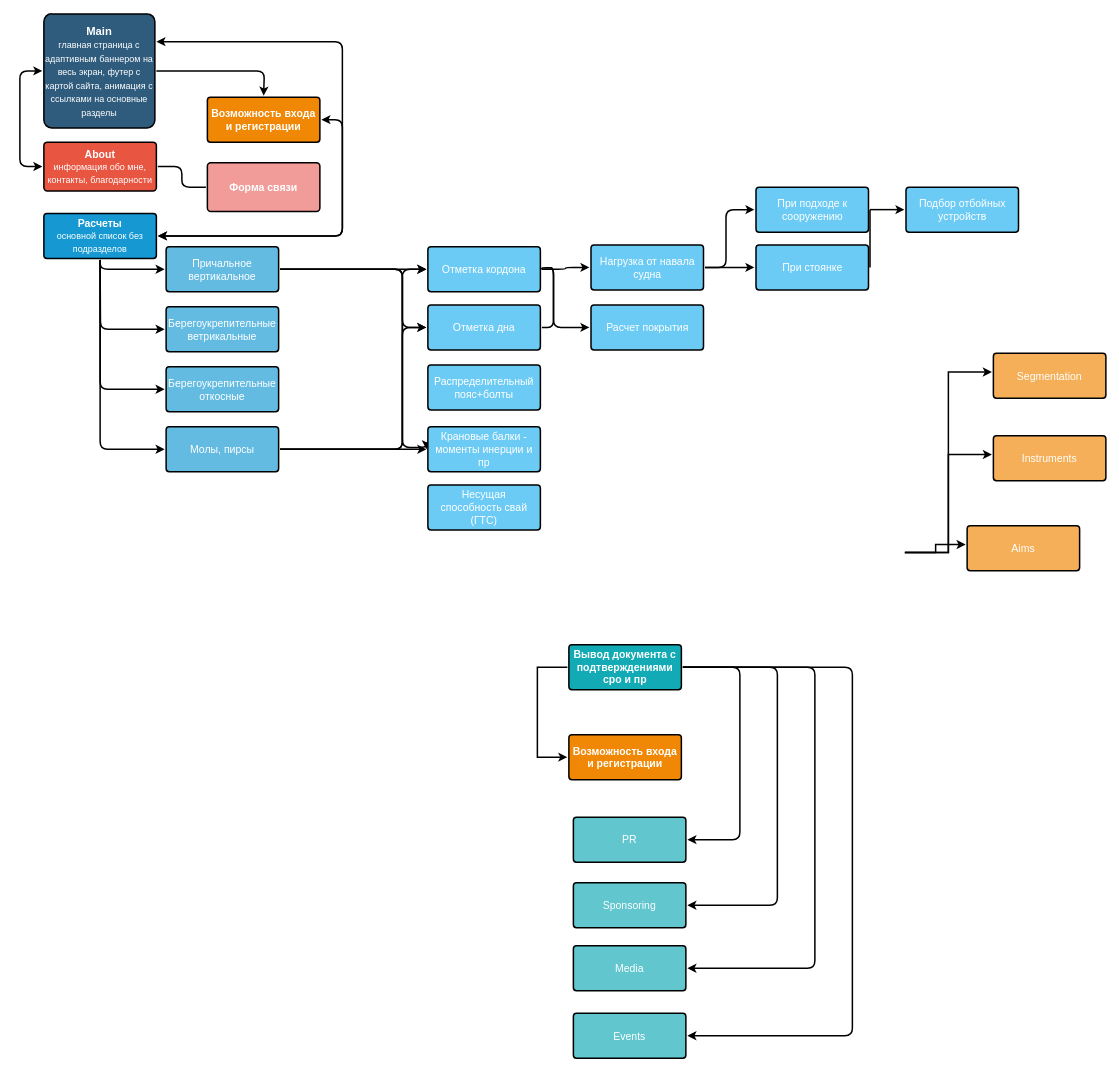
Before: Untitled Diagram.drawio in plasticWorld/The_Rose_Curve, a draw.io diagram. Source tidied: cells renumbered, new cells numbered last; positions are measured from the earlier drawing's top-left corner, leaving out a move shared by most shapes. Both pictures are drawn from the tidied source at 75%, with x=0, y=0 at pixel (15, 14).
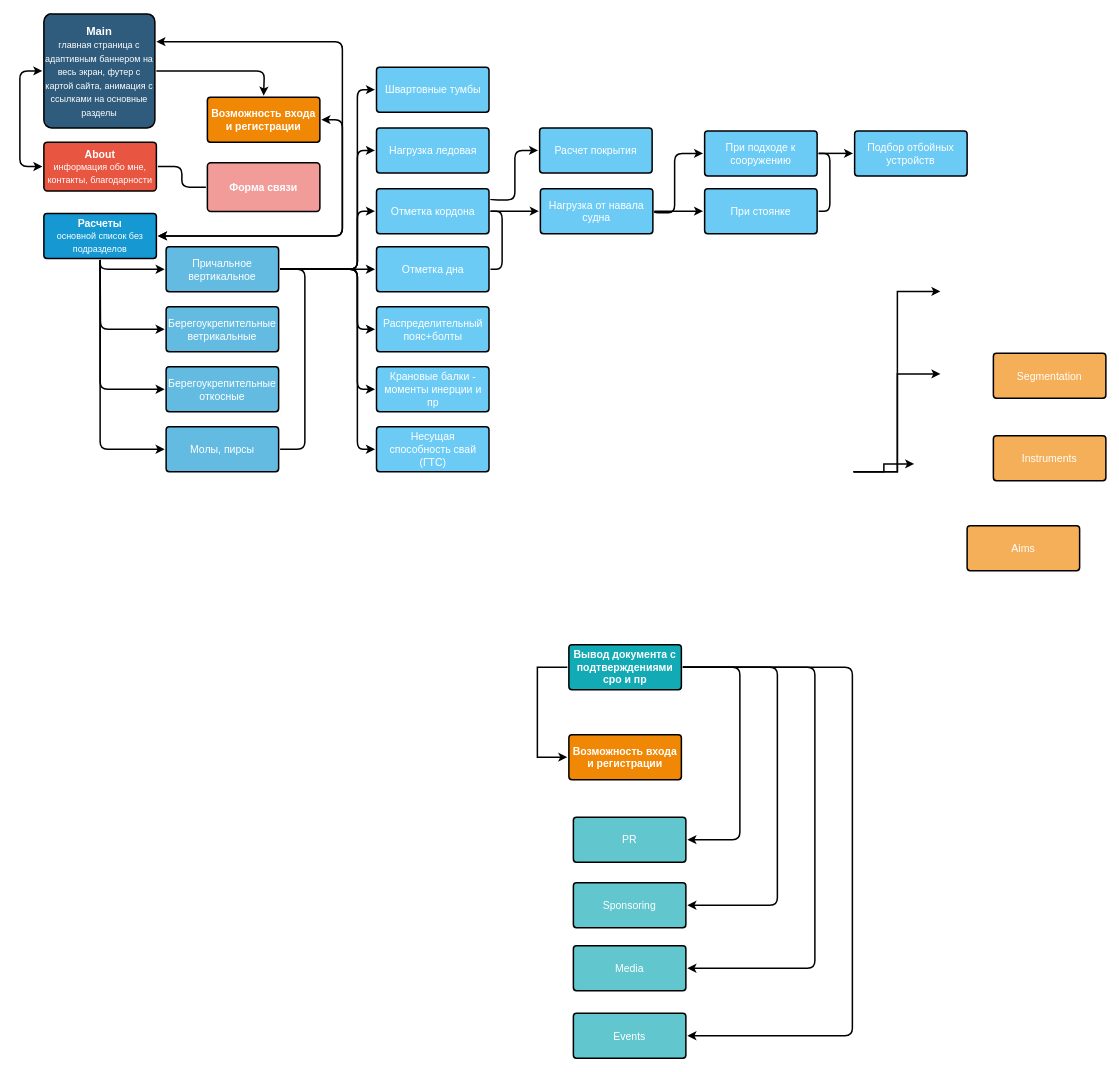
Above is the later version.

Unchanged cells that the change refers to:
```xml
<mxCell id="18" value="Причальное вертикальное" style="rounded=1;whiteSpace=wrap;html=1;shadow=0;labelBackgroundColor=none;strokeColor=#000000;strokeWidth=2;fillColor=#64bbe2;fontFamily=Helvetica;fontSize=14;fontColor=#FFFFFF;align=center;spacing=5;arcSize=7;perimeterSpacing=2;" parent="1" vertex="1">
  <mxGeometry x="201" y="310.5" width="150" height="60" as="geometry" />
</mxCell>
<mxCell id="30" value="Молы, пирсы" style="rounded=1;whiteSpace=wrap;html=1;shadow=0;labelBackgroundColor=none;strokeColor=#000000;strokeWidth=2;fillColor=#64bbe2;fontFamily=Helvetica;fontSize=14;fontColor=#FFFFFF;align=center;spacing=5;arcSize=7;perimeterSpacing=2;" parent="1" vertex="1">
  <mxGeometry x="201" y="550.5" width="150" height="60" as="geometry" />
</mxCell>
```

Change to the diagram source:
```diff
@@
+    <mxCell id="60" style="edgeStyle=orthogonalEdgeStyle;rounded=1;comic=0;jettySize=auto;html=1;exitX=1;exitY=0.5;exitDx=0;exitDy=0;entryX=1;entryY=0.5;entryDx=0;entryDy=0;startArrow=none;startFill=0;sourcePerimeterSpacing=0;endArrow=none;endFill=0;strokeWidth=2;" parent="1" edge="1" source="18" target="30">
+      <mxGeometry relative="1" as="geometry">
+        <Array as="points">
+          <mxPoint x="386" y="341" />
+          <mxPoint x="386" y="581" />
+        </Array>
+      </mxGeometry>
+    </mxCell>
     <mxCell id="15" style="edgeStyle=orthogonalEdgeStyle;rounded=1;comic=0;jettySize=auto;html=1;exitX=1;exitY=0.5;exitDx=0;exitDy=0;entryX=0;entryY=0.5;entryDx=0;entryDy=0;startArrow=none;startFill=0;sourcePerimeterSpacing=0;endArrow=classic;endFill=1;strokeWidth=2;" parent="1" edge="1" source="18" target="24">
-      <mxGeometry relative="1" as="geometry" />
+      <mxGeometry relative="1" as="geometry">
+        <Array as="points">
+          <mxPoint x="456" y="341" />
+          <mxPoint x="456" y="263" />
+        </Array>
+      </mxGeometry>
     </mxCell>
     <mxCell id="16" style="edgeStyle=orthogonalEdgeStyle;rounded=1;comic=0;jettySize=auto;html=1;exitX=1;exitY=0.5;exitDx=0;exitDy=0;entryX=0;entryY=0.5;entryDx=0;entryDy=0;startArrow=none;startFill=0;sourcePerimeterSpacing=0;endArrow=classic;endFill=1;strokeWidth=2;" parent="1" edge="1" source="18" target="19">
-      <mxGeometry relative="1" as="geometry">
-        <Array as="points">
-          <mxPoint x="516" y="341" />
-          <mxPoint x="516" y="418" />
-        </Array>
-      </mxGeometry>
+      <mxGeometry relative="1" as="geometry" />
     </mxCell>
+    <mxCell id="61" style="edgeStyle=orthogonalEdgeStyle;rounded=1;comic=0;jettySize=auto;html=1;exitX=1;exitY=0.5;exitDx=0;exitDy=0;entryX=0;entryY=0.5;entryDx=0;entryDy=0;startArrow=none;startFill=0;sourcePerimeterSpacing=0;endArrow=classic;endFill=1;strokeWidth=2;" parent="1" edge="1" source="18" target="20">
+      <mxGeometry relative="1" as="geometry">
+        <Array as="points">
+          <mxPoint x="456" y="341" />
+          <mxPoint x="456" y="421" />
+        </Array>
+      </mxGeometry>
+    </mxCell>
     <mxCell id="17" style="edgeStyle=orthogonalEdgeStyle;rounded=1;comic=0;jettySize=auto;html=1;exitX=1;exitY=0.5;exitDx=0;exitDy=0;entryX=0;entryY=0.5;entryDx=0;entryDy=0;startArrow=none;startFill=0;sourcePerimeterSpacing=0;endArrow=classic;endFill=1;strokeWidth=2;" parent="1" edge="1" source="18" target="58">
       <mxGeometry relative="1" as="geometry">
         <Array as="points">
-          <mxPoint x="516" y="341" />
-          <mxPoint x="516" y="578" />
+          <mxPoint x="456" y="341" />
+          <mxPoint x="456" y="501" />
         </Array>
       </mxGeometry>
     </mxCell>
+    <mxCell id="62" style="edgeStyle=orthogonalEdgeStyle;rounded=1;comic=0;jettySize=auto;html=1;exitX=1;exitY=0.5;exitDx=0;exitDy=0;startArrow=none;startFill=0;sourcePerimeterSpacing=0;endArrow=classic;endFill=1;strokeWidth=2;entryX=0;entryY=0.5;entryDx=0;entryDy=0;" parent="1" edge="1" source="18" target="59">
+      <mxGeometry relative="1" as="geometry">
+        <Array as="points">
+          <mxPoint x="456" y="341" />
+          <mxPoint x="456" y="581" />
+        </Array>
+      </mxGeometry>
+    </mxCell>
+    <mxCell id="63" style="edgeStyle=orthogonalEdgeStyle;rounded=1;comic=0;jettySize=auto;html=1;exitX=1;exitY=0.5;exitDx=0;exitDy=0;entryX=0;entryY=0.5;entryDx=0;entryDy=0;startArrow=none;startFill=0;sourcePerimeterSpacing=0;endArrow=classic;endFill=1;strokeWidth=2;" parent="1" edge="1" source="18" target="65">
+      <mxGeometry relative="1" as="geometry">
+        <Array as="points">
+          <mxPoint x="456" y="341" />
+          <mxPoint x="456" y="182" />
+        </Array>
+      </mxGeometry>
+    </mxCell>
+    <mxCell id="64" style="edgeStyle=orthogonalEdgeStyle;rounded=1;comic=0;jettySize=auto;html=1;exitX=1;exitY=0.5;exitDx=0;exitDy=0;entryX=0;entryY=0.5;entryDx=0;entryDy=0;startArrow=none;startFill=0;sourcePerimeterSpacing=0;endArrow=classic;endFill=1;strokeWidth=2;" parent="1" edge="1" source="18" target="66">
+      <mxGeometry relative="1" as="geometry">
+        <Array as="points">
+          <mxPoint x="456" y="341" />
+          <mxPoint x="456" y="101" />
+        </Array>
+      </mxGeometry>
+    </mxCell>
@@
     <mxCell id="19" value="Отметка дна" style="rounded=1;whiteSpace=wrap;html=1;shadow=0;labelBackgroundColor=none;strokeColor=#000000;strokeWidth=2;fillColor=#6CCBF5;fontFamily=Helvetica;fontSize=14;fontColor=#FFFFFF;align=center;spacing=5;arcSize=7;perimeterSpacing=2;" parent="1" vertex="1">
-      <mxGeometry x="550" y="388" width="150" height="60" as="geometry" />
+      <mxGeometry x="481.5" y="310.5" width="150" height="60" as="geometry" />
     </mxCell>
     <mxCell id="20" value="Распределительный пояс+болты" style="rounded=1;whiteSpace=wrap;html=1;shadow=0;labelBackgroundColor=none;strokeColor=#000000;strokeWidth=2;fillColor=#6CCBF5;fontFamily=Helvetica;fontSize=14;fontColor=#FFFFFF;align=center;spacing=5;arcSize=7;perimeterSpacing=2;" parent="1" vertex="1">
-      <mxGeometry x="550" y="468" width="150" height="60" as="geometry" />
+      <mxGeometry x="481.5" y="390.5" width="150" height="60" as="geometry" />
     </mxCell>
     <mxCell id="21" style="edgeStyle=orthogonalEdgeStyle;rounded=1;jettySize=auto;html=1;exitX=1;exitY=0.5;exitDx=0;exitDy=0;entryX=1;entryY=0.5;entryDx=0;entryDy=0;endArrow=none;endFill=0;strokeWidth=2;" parent="1" edge="1" source="24" target="19">
       <mxGeometry relative="1" as="geometry">
         <Array as="points">
-          <mxPoint x="717.5" y="338.5" />
-          <mxPoint x="717.5" y="418.5" />
+          <mxPoint x="649" y="263" />
+          <mxPoint x="649" y="341" />
         </Array>
       </mxGeometry>
     </mxCell>
@@
-    <mxCell id="23" style="edgeStyle=orthogonalEdgeStyle;rounded=1;jettySize=auto;html=1;exitX=1;exitY=0.5;exitDx=0;exitDy=0;entryX=0;entryY=0.5;entryDx=0;entryDy=0;endArrow=classic;endFill=1;strokeWidth=2;" parent="1" edge="1" source="24" target="50">
+    <mxCell id="23" style="edgeStyle=orthogonalEdgeStyle;rounded=1;jettySize=auto;html=1;exitX=1;exitY=0.25;exitDx=0;exitDy=0;entryX=0;entryY=0.5;entryDx=0;entryDy=0;endArrow=classic;endFill=1;strokeWidth=2;" parent="1" edge="1" source="24" target="50">
       <mxGeometry relative="1" as="geometry">
         <Array as="points">
-          <mxPoint x="717.5" y="338.5" />
-          <mxPoint x="717.5" y="418.5" />
+          <mxPoint x="666" y="248" />
+          <mxPoint x="666" y="182" />
         </Array>
       </mxGeometry>
     </mxCell>
     <mxCell id="24" value="Отметка кордона" style="rounded=1;whiteSpace=wrap;html=1;shadow=0;labelBackgroundColor=none;strokeColor=#000000;strokeWidth=2;fillColor=#6CCBF5;fontFamily=Helvetica;fontSize=14;fontColor=#FFFFFF;align=center;spacing=5;arcSize=7;perimeterSpacing=2;" parent="1" vertex="1">
-      <mxGeometry x="550" y="310.5" width="150" height="60" as="geometry" />
+      <mxGeometry x="481.5" y="233" width="150" height="60" as="geometry" />
     </mxCell>
+    <mxCell id="65" value="Нагрузка ледовая" style="rounded=1;whiteSpace=wrap;html=1;shadow=0;labelBackgroundColor=none;strokeColor=#000000;strokeWidth=2;fillColor=#6CCBF5;fontFamily=Helvetica;fontSize=14;fontColor=#FFFFFF;align=center;spacing=5;arcSize=7;perimeterSpacing=2;" parent="1" vertex="1">
+      <mxGeometry x="481.5" y="152" width="150" height="60" as="geometry" />
+    </mxCell>
+    <mxCell id="66" value="Швартовные тумбы" style="rounded=1;whiteSpace=wrap;html=1;shadow=0;labelBackgroundColor=none;strokeColor=#000000;strokeWidth=2;fillColor=#6CCBF5;fontFamily=Helvetica;fontSize=14;fontColor=#FFFFFF;align=center;spacing=5;arcSize=7;perimeterSpacing=2;" parent="1" vertex="1">
+      <mxGeometry x="481.5" y="71" width="150" height="60" as="geometry" />
+    </mxCell>
@@
-    <mxCell id="27" style="edgeStyle=orthogonalEdgeStyle;rounded=1;comic=0;jettySize=auto;html=1;exitX=1;exitY=0.5;exitDx=0;exitDy=0;entryX=0;entryY=0.5;entryDx=0;entryDy=0;startArrow=none;startFill=0;sourcePerimeterSpacing=0;endArrow=classic;endFill=1;strokeWidth=2;" parent="1" edge="1" source="30" target="19">
-      <mxGeometry relative="1" as="geometry">
-        <Array as="points">
-          <mxPoint x="516" y="581" />
-          <mxPoint x="516" y="418" />
-        </Array>
-      </mxGeometry>
-    </mxCell>
-    <mxCell id="28" style="edgeStyle=orthogonalEdgeStyle;rounded=1;comic=0;jettySize=auto;html=1;exitX=1;exitY=0.5;exitDx=0;exitDy=0;entryX=0;entryY=0.5;entryDx=0;entryDy=0;startArrow=none;startFill=0;sourcePerimeterSpacing=0;endArrow=classic;endFill=1;strokeWidth=2;" parent="1" edge="1" source="30" target="24">
-      <mxGeometry relative="1" as="geometry">
-        <Array as="points">
-          <mxPoint x="516" y="581" />
-          <mxPoint x="516" y="341" />
-        </Array>
-      </mxGeometry>
-    </mxCell>
-    <mxCell id="29" style="edgeStyle=orthogonalEdgeStyle;rounded=1;comic=0;jettySize=auto;html=1;exitX=1;exitY=0.5;exitDx=0;exitDy=0;entryX=0;entryY=0.5;entryDx=0;entryDy=0;startArrow=none;startFill=0;sourcePerimeterSpacing=0;endArrow=classic;endFill=1;strokeWidth=2;" parent="1" edge="1" source="30" target="58">
-      <mxGeometry relative="1" as="geometry" />
-    </mxCell>
@@
     <mxCell id="33" style="edgeStyle=elbowEdgeStyle;rounded=0;jumpStyle=none;html=1;shadow=0;labelBackgroundColor=none;startArrow=none;startFill=0;endArrow=classic;endFill=1;jettySize=auto;orthogonalLoop=1;strokeColor=#000000;strokeWidth=2;fontFamily=Helvetica;fontSize=14;fontColor=#FFFFFF;spacing=5;" parent="1" edge="1">
       <mxGeometry relative="1" as="geometry">
-        <mxPoint x="1186" y="718" as="sourcePoint" />
-        <mxPoint x="1267" y="707.5" as="targetPoint" />
+        <mxPoint x="1117.5" y="610.5" as="sourcePoint" />
+        <mxPoint x="1198.5" y="600" as="targetPoint" />
       </mxGeometry>
     </mxCell>
@@
     <mxCell id="35" style="edgeStyle=elbowEdgeStyle;rounded=0;jumpStyle=none;html=1;shadow=0;labelBackgroundColor=none;startArrow=none;startFill=0;endArrow=classic;endFill=1;jettySize=auto;orthogonalLoop=1;strokeColor=#000000;strokeWidth=2;fontFamily=Helvetica;fontSize=14;fontColor=#FFFFFF;spacing=5;" parent="1" edge="1">
       <mxGeometry relative="1" as="geometry">
-        <mxPoint x="1186" y="718" as="sourcePoint" />
-        <mxPoint x="1302" y="587.5" as="targetPoint" />
+        <mxPoint x="1117.5" y="610.5" as="sourcePoint" />
+        <mxPoint x="1233.5" y="480" as="targetPoint" />
       </mxGeometry>
     </mxCell>
@@
     <mxCell id="37" style="edgeStyle=elbowEdgeStyle;rounded=0;jumpStyle=none;html=1;shadow=0;labelBackgroundColor=none;startArrow=none;startFill=0;endArrow=classic;endFill=1;jettySize=auto;orthogonalLoop=1;strokeColor=#000000;strokeWidth=2;fontFamily=Helvetica;fontSize=14;fontColor=#FFFFFF;spacing=5;" parent="1" edge="1">
       <mxGeometry relative="1" as="geometry">
-        <mxPoint x="1186" y="718" as="sourcePoint" />
-        <mxPoint x="1302" y="477.5" as="targetPoint" />
+        <mxPoint x="1117.5" y="610.5" as="sourcePoint" />
+        <mxPoint x="1233.5" y="370" as="targetPoint" />
       </mxGeometry>
     </mxCell>
@@
     <mxCell id="48" style="edgeStyle=orthogonalEdgeStyle;rounded=1;jettySize=auto;html=1;exitX=1;exitY=0.5;exitDx=0;exitDy=0;entryX=0;entryY=0.5;entryDx=0;entryDy=0;endArrow=classic;endFill=1;strokeWidth=2;" parent="1" edge="1" source="49" target="54">
       <mxGeometry relative="1" as="geometry">
         <Array as="points">
-          <mxPoint x="947.5" y="338.5" />
-          <mxPoint x="947.5" y="261.5" />
+          <mxPoint x="852" y="265" />
+          <mxPoint x="879" y="265" />
+          <mxPoint x="879" y="186" />
         </Array>
       </mxGeometry>
     </mxCell>
     <mxCell id="49" value="Нагрузка от навала судна" style="rounded=1;whiteSpace=wrap;html=1;shadow=0;labelBackgroundColor=none;strokeColor=#000000;strokeWidth=2;fillColor=#6CCBF5;fontFamily=Helvetica;fontSize=14;fontColor=#FFFFFF;align=center;spacing=5;arcSize=7;perimeterSpacing=2;" parent="1" vertex="1">
-      <mxGeometry x="767.5" y="308" width="150" height="60" as="geometry" />
+      <mxGeometry x="700" y="233" width="150" height="60" as="geometry" />
     </mxCell>
     <mxCell id="50" value="Расчет покрытия" style="rounded=1;whiteSpace=wrap;html=1;shadow=0;labelBackgroundColor=none;strokeColor=#000000;strokeWidth=2;fillColor=#6CCBF5;fontFamily=Helvetica;fontSize=14;fontColor=#FFFFFF;align=center;spacing=5;arcSize=7;perimeterSpacing=2;" parent="1" vertex="1">
-      <mxGeometry x="767.5" y="388" width="150" height="60" as="geometry" />
+      <mxGeometry x="699" y="152" width="150" height="60" as="geometry" />
     </mxCell>
     <mxCell id="51" value="При стоянке" style="rounded=1;whiteSpace=wrap;html=1;shadow=0;labelBackgroundColor=none;strokeColor=#000000;strokeWidth=2;fillColor=#6CCBF5;fontFamily=Helvetica;fontSize=14;fontColor=#FFFFFF;align=center;spacing=5;arcSize=7;perimeterSpacing=2;" parent="1" vertex="1">
-      <mxGeometry x="987.5" y="308" width="150" height="60" as="geometry" />
+      <mxGeometry x="919" y="233" width="150" height="60" as="geometry" />
     </mxCell>
     <mxCell id="52" style="edgeStyle=orthogonalEdgeStyle;rounded=1;jettySize=auto;html=1;exitX=1;exitY=0.5;exitDx=0;exitDy=0;entryX=1;entryY=0.5;entryDx=0;entryDy=0;endArrow=none;endFill=0;strokeWidth=2;" parent="1" edge="1" source="54" target="51">
-      <mxGeometry relative="1" as="geometry" />
+      <mxGeometry relative="1" as="geometry">
+        <Array as="points">
+          <mxPoint x="1086" y="186" />
+          <mxPoint x="1086" y="263" />
+        </Array>
+      </mxGeometry>
     </mxCell>
@@
     <mxCell id="54" value="При подходе к сооружению" style="rounded=1;whiteSpace=wrap;html=1;shadow=0;labelBackgroundColor=none;strokeColor=#000000;strokeWidth=2;fillColor=#6CCBF5;fontFamily=Helvetica;fontSize=14;fontColor=#FFFFFF;align=center;spacing=5;arcSize=7;perimeterSpacing=2;" parent="1" vertex="1">
-      <mxGeometry x="987.5" y="231" width="150" height="60" as="geometry" />
+      <mxGeometry x="919" y="156" width="150" height="60" as="geometry" />
     </mxCell>
     <mxCell id="55" value="Подбор отбойных устройств" style="rounded=1;whiteSpace=wrap;html=1;shadow=0;labelBackgroundColor=none;strokeColor=#000000;strokeWidth=2;fillColor=#6CCBF5;fontFamily=Helvetica;fontSize=14;fontColor=#FFFFFF;align=center;spacing=5;arcSize=7;perimeterSpacing=2;" parent="1" vertex="1">
-      <mxGeometry x="1187.5" y="231" width="150" height="60" as="geometry" />
+      <mxGeometry x="1119" y="156" width="150" height="60" as="geometry" />
     </mxCell>
@@
     <mxCell id="58" value="Крановые балки - моменты инерции и пр" style="rounded=1;whiteSpace=wrap;html=1;shadow=0;labelBackgroundColor=none;strokeColor=#000000;strokeWidth=2;fillColor=#6CCBF5;fontFamily=Helvetica;fontSize=14;fontColor=#FFFFFF;align=center;spacing=5;arcSize=7;perimeterSpacing=2;" parent="1" vertex="1">
-      <mxGeometry x="550" y="550.5" width="150" height="60" as="geometry" />
+      <mxGeometry x="481.5" y="470.5" width="150" height="60" as="geometry" />
     </mxCell>
     <mxCell id="59" value="Несущая способность свай (ГТС)" style="rounded=1;whiteSpace=wrap;html=1;shadow=0;labelBackgroundColor=none;strokeColor=#000000;strokeWidth=2;fillColor=#6CCBF5;fontFamily=Helvetica;fontSize=14;fontColor=#FFFFFF;align=center;spacing=5;arcSize=7;perimeterSpacing=2;" parent="1" vertex="1">
-      <mxGeometry x="550" y="628" width="150" height="60" as="geometry" />
+      <mxGeometry x="481.5" y="550.5" width="150" height="60" as="geometry" />
     </mxCell>
```
